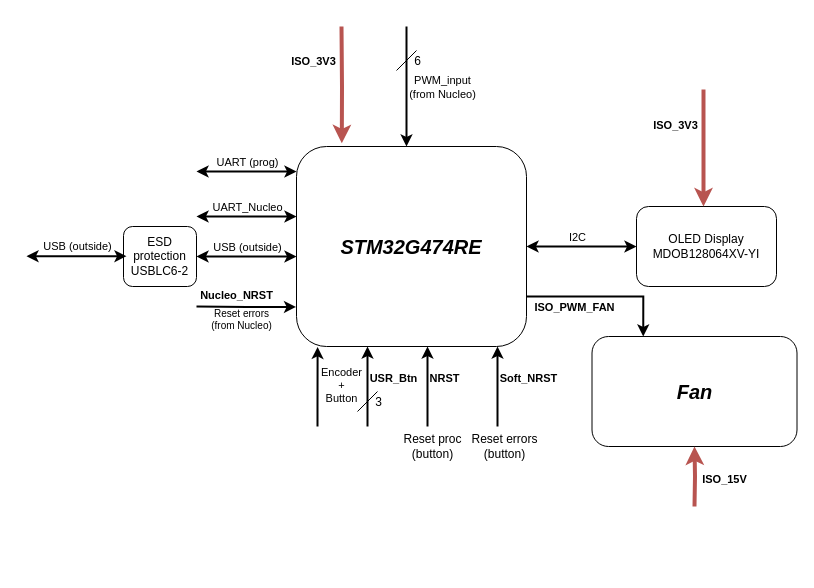
Before: page "STM32 (protection)" (3 of 4) of Documentation/synopsis/AAP_Inverter.drawio in DBXYD/AAP_ENSEA_Inverter, a draw.io diagram. Source tidied: cells renumbered, new cells numbered last; positions are measured from the earlier drawing's top-left corner, leaving out a move shared by most shapes. Both pictures are drawn from the tidied source at 100%, with x=0, y=0 at pixel (26, 26).
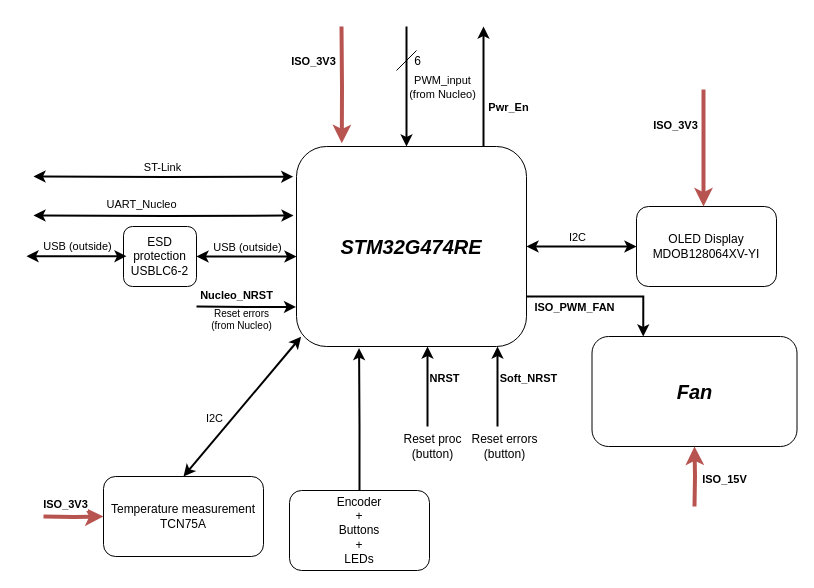
Above is the later version.

The change refers to these unchanged cells:
```xml
<mxCell id="2" value="STM32G474RE" style="rounded=1;whiteSpace=wrap;html=1;fontSize=20;fontStyle=3;" parent="1" vertex="1">
  <mxGeometry x="270" y="120" width="230" height="200" as="geometry" />
</mxCell>
```

What changed in the source:
```diff
@@
-    <mxCell id="6" style="endArrow=classic;startArrow=classic;html=1;rounded=0;strokeWidth=2;edgeStyle=orthogonalEdgeStyle;" parent="1" edge="1">
+    <mxCell id="6" style="endArrow=classic;startArrow=classic;html=1;rounded=0;strokeWidth=2;edgeStyle=orthogonalEdgeStyle;entryX=-0.013;entryY=0.345;entryDx=0;entryDy=0;entryPerimeter=0;" parent="1" edge="1" target="2">
       <mxGeometry relative="1" as="geometry">
-        <mxPoint x="170" y="190" as="sourcePoint" />
-        <mxPoint x="270" y="190" as="targetPoint" />
+        <mxPoint x="7" y="189" as="sourcePoint" />
       </mxGeometry>
     </mxCell>
     <mxCell id="7" value="UART_Nucleo" style="edgeLabel;html=1;align=center;verticalAlign=middle;" parent="6" vertex="1">
       <mxGeometry x="-0.27" y="-2" relative="1" as="geometry">
-        <mxPoint x="13" y="-12" as="offset" />
+        <mxPoint x="13" y="-14" as="offset" />
       </mxGeometry>
     </mxCell>
@@
-    <mxCell id="19" style="endArrow=classic;html=1;rounded=0;entryX=0.209;entryY=1.002;entryDx=0;entryDy=0;entryPerimeter=0;edgeStyle=orthogonalEdgeStyle;strokeWidth=2;" parent="1" edge="1">
-      <mxGeometry relative="1" as="geometry">
-        <mxPoint x="291" y="400" as="sourcePoint" />
-        <mxPoint x="291.1" y="320.4" as="targetPoint" />
-        <Array as="points">
-          <mxPoint x="291" y="380" />
-          <mxPoint x="291" y="380" />
-        </Array>
-      </mxGeometry>
-    </mxCell>
-    <mxCell id="20" value="&lt;div&gt;Encoder&lt;/div&gt;&lt;div&gt;+&lt;/div&gt;&lt;div&gt;Button&lt;br&gt;&lt;/div&gt;" style="edgeLabel;html=1;align=center;verticalAlign=middle;" parent="19" vertex="1">
-      <mxGeometry x="-0.14" y="1" relative="1" as="geometry">
-        <mxPoint x="24" y="-7" as="offset" />
-      </mxGeometry>
-    </mxCell>
-    <mxCell id="21" style="endArrow=classic;html=1;rounded=0;entryX=0.209;entryY=1.002;entryDx=0;entryDy=0;entryPerimeter=0;edgeStyle=orthogonalEdgeStyle;strokeWidth=2;" parent="1" edge="1">
-      <mxGeometry relative="1" as="geometry">
-        <mxPoint x="341" y="400" as="sourcePoint" />
-        <mxPoint x="341" y="320" as="targetPoint" />
-      </mxGeometry>
-    </mxCell>
-    <mxCell id="22" value="USR_Btn" style="edgeLabel;html=1;align=center;verticalAlign=middle;fontStyle=1;" parent="21" vertex="1">
-      <mxGeometry x="-0.14" y="1" relative="1" as="geometry">
-        <mxPoint x="26" y="-15" as="offset" />
-      </mxGeometry>
-    </mxCell>
-    <mxCell id="23" style="endArrow=none;html=1;rounded=0;" parent="1" edge="1">
-      <mxGeometry relative="1" as="geometry">
-        <mxPoint x="331" y="385" as="sourcePoint" />
-        <mxPoint x="351" y="365" as="targetPoint" />
-      </mxGeometry>
-    </mxCell>
-    <mxCell id="24" value="3" style="text;html=1;align=center;verticalAlign=middle;strokeColor=none;fillColor=none;" parent="1" vertex="1">
-      <mxGeometry x="337" y="361" width="30" height="30" as="geometry" />
-    </mxCell>
-    <mxCell id="25" style="endArrow=classic;startArrow=classic;html=1;rounded=0;strokeWidth=2;edgeStyle=orthogonalEdgeStyle;" parent="1" edge="1">
-      <mxGeometry relative="1" as="geometry">
-        <mxPoint x="170" y="145" as="sourcePoint" />
-        <mxPoint x="270" y="145" as="targetPoint" />
-      </mxGeometry>
-    </mxCell>
-    <mxCell id="26" value="UART (prog)" style="edgeLabel;html=1;align=center;verticalAlign=middle;" parent="25" vertex="1">
-      <mxGeometry x="-0.27" y="-2" relative="1" as="geometry">
-        <mxPoint x="13" y="-12" as="offset" />
-      </mxGeometry>
-    </mxCell>
@@
+    <mxCell id="43" value="&lt;div style=&quot;&quot;&gt;&lt;font style=&quot;font-size: 12px;&quot;&gt;Temperature measurement&lt;br&gt;&lt;/font&gt;&lt;/div&gt;&lt;div&gt;TCN75A&lt;br&gt;&lt;/div&gt;" style="rounded=1;whiteSpace=wrap;html=1;" parent="1" vertex="1">
+      <mxGeometry x="77" y="450" width="160" height="80" as="geometry" />
+    </mxCell>
+    <mxCell id="44" style="endArrow=classic;html=1;rounded=0;edgeStyle=orthogonalEdgeStyle;entryX=0;entryY=0.5;entryDx=0;entryDy=0;fillColor=#f8cecc;strokeColor=#b85450;strokeWidth=4;" parent="1" edge="1" target="43">
+      <mxGeometry relative="1" as="geometry">
+        <mxPoint x="17" y="490" as="sourcePoint" />
+      </mxGeometry>
+    </mxCell>
+    <mxCell id="45" value="ISO_3V3" style="edgeLabel;html=1;align=center;verticalAlign=middle;fontStyle=1;" parent="44" vertex="1">
+      <mxGeometry x="-0.35" y="3" relative="1" as="geometry">
+        <mxPoint x="1" y="-10" as="offset" />
+      </mxGeometry>
+    </mxCell>
+    <mxCell id="46" style="endArrow=classic;startArrow=classic;html=1;rounded=0;exitX=0.5;exitY=0;exitDx=0;exitDy=0;entryX=0.02;entryY=0.951;entryDx=0;entryDy=0;entryPerimeter=0;strokeWidth=2;" parent="1" edge="1" source="43" target="2">
+      <mxGeometry relative="1" as="geometry" />
+    </mxCell>
+    <mxCell id="47" value="I2C" style="edgeLabel;html=1;align=center;verticalAlign=middle;" parent="46" vertex="1">
+      <mxGeometry x="-0.26" y="1" relative="1" as="geometry">
+        <mxPoint x="-13" y="-6" as="offset" />
+      </mxGeometry>
+    </mxCell>
+    <mxCell id="48" style="endArrow=classic;html=1;rounded=0;edgeStyle=orthogonalEdgeStyle;strokeWidth=2;" parent="1" edge="1">
+      <mxGeometry relative="1" as="geometry">
+        <mxPoint x="457" y="120" as="sourcePoint" />
+        <mxPoint x="457" as="targetPoint" />
+      </mxGeometry>
+    </mxCell>
+    <mxCell id="49" value="&lt;b&gt;Pwr_En&lt;/b&gt;" style="edgeLabel;html=1;align=center;verticalAlign=middle;" parent="48" vertex="1">
+      <mxGeometry x="0.15" y="-2" relative="1" as="geometry">
+        <mxPoint x="22" y="29" as="offset" />
+      </mxGeometry>
+    </mxCell>
+    <mxCell id="50" value="&lt;div&gt;Encoder&lt;/div&gt;&lt;div&gt;+&lt;/div&gt;&lt;div&gt;Buttons&lt;/div&gt;&lt;div&gt;+&lt;/div&gt;&lt;div&gt;LEDs&lt;br&gt;&lt;/div&gt;" style="rounded=1;whiteSpace=wrap;html=1;" parent="1" vertex="1">
+      <mxGeometry x="263" y="464" width="140" height="80" as="geometry" />
+    </mxCell>
+    <mxCell id="51" style="endArrow=classic;html=1;rounded=0;exitX=0.5;exitY=0;exitDx=0;exitDy=0;edgeStyle=orthogonalEdgeStyle;strokeWidth=2;entryX=0.272;entryY=1.008;entryDx=0;entryDy=0;entryPerimeter=0;" parent="1" edge="1" source="50" target="2">
+      <mxGeometry relative="1" as="geometry">
+        <Array as="points">
+          <mxPoint x="333" y="400" />
+          <mxPoint x="333" y="400" />
+        </Array>
+      </mxGeometry>
+    </mxCell>
+    <mxCell id="52" style="endArrow=classic;startArrow=classic;html=1;rounded=0;entryX=-0.014;entryY=0.151;entryDx=0;entryDy=0;entryPerimeter=0;edgeStyle=orthogonalEdgeStyle;strokeWidth=2;" parent="1" edge="1" target="2">
+      <mxGeometry relative="1" as="geometry">
+        <mxPoint x="7" y="150" as="sourcePoint" />
+      </mxGeometry>
+    </mxCell>
+    <mxCell id="53" value="ST-Link" style="edgeLabel;html=1;align=center;verticalAlign=middle;" parent="52" vertex="1">
+      <mxGeometry x="0.29" y="-2" relative="1" as="geometry">
+        <mxPoint x="-39" y="-12" as="offset" />
+      </mxGeometry>
+    </mxCell>
```
